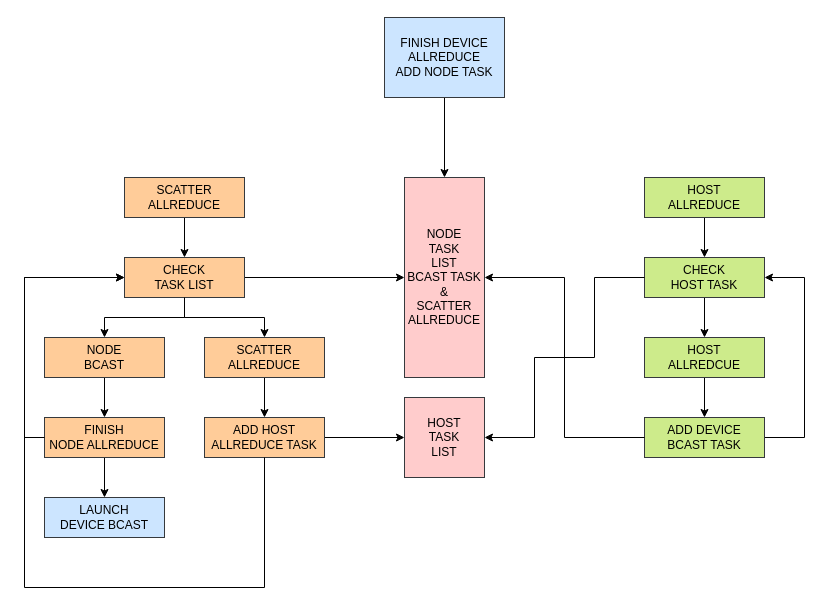
Before: node_allreduce.drawio in BEYHHH/SBLP, a draw.io diagram. Source tidied: cells renumbered, new cells numbered last; positions are measured from the earlier drawing's top-left corner, leaving out a move shared by most shapes. Both pictures are drawn from the tidied source at 100%, with x=0, y=0 at pixel (24, 17).
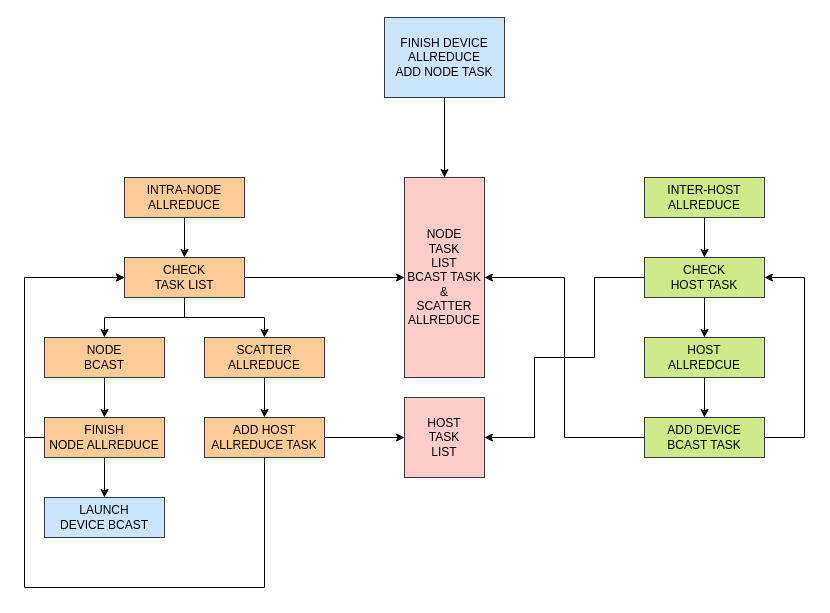
The same diagram, later.

Change to the diagram source:
```diff
@@
-    <mxCell id="3" value="SCATTER &lt;br&gt;ALLREDUCE" style="rounded=0;whiteSpace=wrap;html=1;fillColor=#ffcc99;strokeColor=#36393d;" parent="1" vertex="1">
+    <mxCell id="3" value="INTRA-NODE&lt;br&gt;ALLREDUCE" style="rounded=0;whiteSpace=wrap;html=1;fillColor=#ffcc99;strokeColor=#36393d;" parent="1" vertex="1">
       <mxGeometry x="100" y="160" width="120" height="40" as="geometry" />
     </mxCell>
@@
-    <mxCell id="8" value="HOST&lt;br&gt;ALLREDUCE" style="rounded=0;whiteSpace=wrap;html=1;fillColor=#cdeb8b;strokeColor=#36393d;" parent="1" vertex="1">
+    <mxCell id="8" value="INTER-HOST&lt;br&gt;ALLREDUCE" style="rounded=0;whiteSpace=wrap;html=1;fillColor=#cdeb8b;strokeColor=#36393d;" parent="1" vertex="1">
       <mxGeometry x="620" y="160" width="120" height="40" as="geometry" />
     </mxCell>
```
